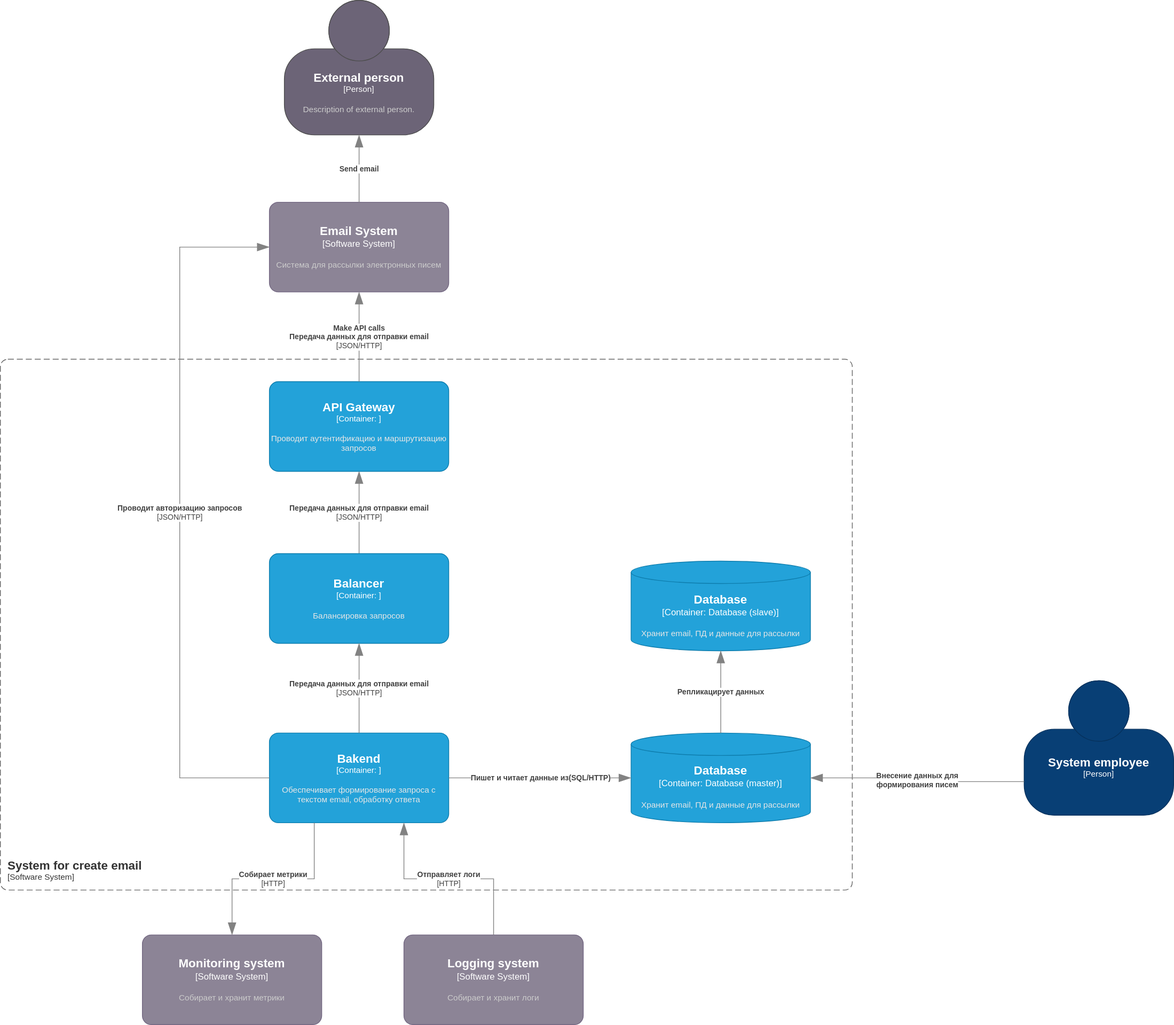
The draw.io diagram Container_diagram_Task3drawio.svg in NikpeFreiheit/Analyst_test_GV, before a commit. Source tidied: cells renumbered, new cells last; positions are measured from the earlier drawing's top-left corner, leaving out a move shared by most shapes.
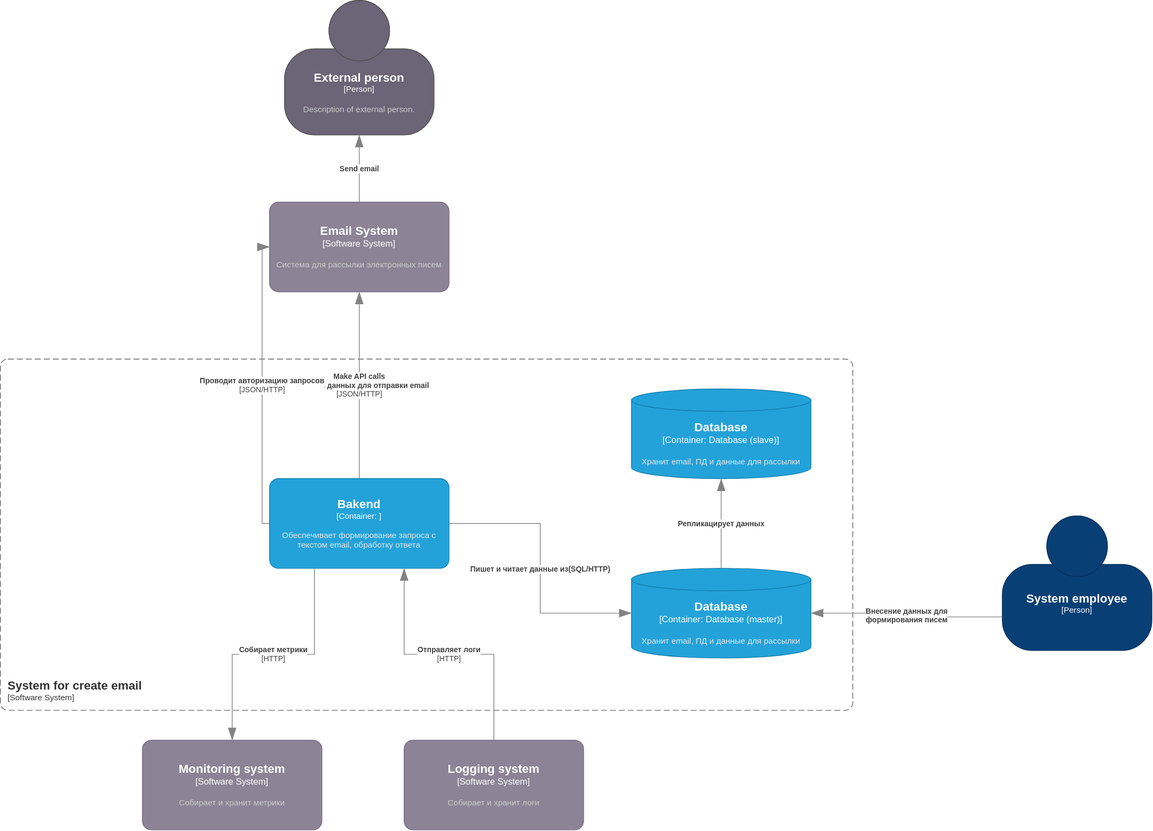
The same diagram one commit later.

Commit message:
Обновление диаграммы SVG для Task3

Diff of the diagram source:
```diff
@@ -4,12 +4,12 @@
     <mxCell id="1" parent="0" />
     <object id="2" label="&lt;font style=&quot;font-size: 16px&quot;&gt;&lt;b&gt;%c4Name%&lt;/b&gt;&lt;/font&gt;&lt;div&gt;[%c4Type%]&lt;/div&gt;&lt;br&gt;&lt;div&gt;&lt;font style=&quot;font-size: 11px&quot;&gt;&lt;font color=&quot;#cccccc&quot;&gt;%c4Description%&lt;/font&gt;&lt;/div&gt;" c4Description="Система для рассылки электронных писем" c4Name="Email System" c4Type="Software System" placeholders="1">
       <mxCell style="rounded=1;whiteSpace=wrap;html=1;labelBackgroundColor=none;fillColor=#8C8496;fontColor=#ffffff;align=center;arcSize=10;strokeColor=#736782;points=[[0.25,0,0],[0.5,0,0],[0.75,0,0],[1,0.25,0],[1,0.5,0],[1,0.75,0],[0.75,1,0],[0.5,1,0],[0.25,1,0],[0,0.75,0],[0,0.5,0],[0,0.25,0]];" parent="1" vertex="1">
-        <mxGeometry x="360" y="270" width="240" height="120" as="geometry" />
+        <mxGeometry x="70" y="-660" width="240" height="120" as="geometry" />
       </mxCell>
     </object>
     <object id="3" label="&lt;font style=&quot;font-size: 16px&quot;&gt;&lt;b&gt;%c4Name%&lt;/b&gt;&lt;/font&gt;&lt;div&gt;[%c4Type%]&lt;/div&gt;&lt;br&gt;&lt;div&gt;&lt;font style=&quot;font-size: 11px&quot;&gt;&lt;font color=&quot;#cccccc&quot;&gt;%c4Description%&lt;/font&gt;&lt;/div&gt;" c4Description="Description of external person." c4Name="External person" c4Type="Person" placeholders="1">
       <mxCell style="html=1;fontSize=11;dashed=0;whiteSpace=wrap;fillColor=#6C6477;strokeColor=#4D4D4D;fontColor=#ffffff;shape=mxgraph.c4.person2;align=center;points=[[0.5,0,0],[1,0.5,0],[1,0.75,0],[0.75,1,0],[0.5,1,0],[0.25,1,0],[0,0.75,0],[0,0.5,0]];" parent="1" vertex="1">
-        <mxGeometry x="380" width="200" height="180" as="geometry" />
+        <mxGeometry x="90" y="-930" width="200" height="180" as="geometry" />
       </mxCell>
     </object>
     <object id="4" label="&lt;div style=&quot;text-align: left&quot;&gt;&lt;div style=&quot;text-align: center&quot;&gt;&lt;b&gt;%c4Description%&lt;/b&gt;&lt;/div&gt;" c4Description="Send email" c4Type="Relationship" placeholders="1">
@@ -17,24 +17,19 @@
         <mxGeometry relative="1" as="geometry" />
       </mxCell>
     </object>
-    <object id="5" label="&lt;div style=&quot;text-align: left&quot;&gt;&lt;div style=&quot;text-align: center&quot;&gt;&lt;b&gt;%c4Description%&lt;/b&gt;&lt;/div&gt;&lt;div style=&quot;text-align: center&quot;&gt;[%c4Technology%]&lt;/div&gt;&lt;/div&gt;" c4Description="Передача данных для отправки email" c4Technology="JSON/HTTP" c4Type="Relationship" placeholders="1">
-      <mxCell style="endArrow=blockThin;html=1;fontSize=10;fontColor=#404040;strokeWidth=1;endFill=1;strokeColor=#828282;elbow=vertical;endSize=14;startSize=14;jumpStyle=arc;jumpSize=16;rounded=0;edgeStyle=orthogonalEdgeStyle;entryX=0.5;entryY=1;entryDx=0;entryDy=0;entryPerimeter=0;exitX=0.5;exitY=0;exitDx=0;exitDy=0;exitPerimeter=0;" parent="1" edge="1" source="14" target="10">
-        <mxGeometry relative="1" as="geometry" />
-      </mxCell>
-    </object>
     <object id="6" label="&lt;font style=&quot;font-size: 16px&quot;&gt;&lt;b&gt;&lt;div style=&quot;text-align: left&quot;&gt;%c4Name%&lt;/div&gt;&lt;/b&gt;&lt;/font&gt;&lt;div style=&quot;text-align: left&quot;&gt;[%c4Application%]&lt;/div&gt;" c4Application="Software System" c4Name="System for create email" c4Type="SystemScopeBoundary" placeholders="1">
       <mxCell style="rounded=1;fontSize=11;whiteSpace=wrap;html=1;dashed=1;arcSize=20;fillColor=none;strokeColor=#666666;fontColor=#333333;labelBackgroundColor=none;align=left;verticalAlign=bottom;labelBorderColor=none;spacingTop=0;spacing=10;dashPattern=8 4;perimeter=rectanglePerimeter;noLabel=0;labelPadding=0;absoluteArcSize=1;" parent="1" vertex="1">
-        <mxGeometry y="480" width="1140" height="710" as="geometry" />
+        <mxGeometry x="-290" y="-450" width="1140" height="470" as="geometry" />
       </mxCell>
     </object>
     <object id="7" label="&lt;font style=&quot;font-size: 16px&quot;&gt;&lt;b&gt;%c4Name%&lt;/b&gt;&lt;/font&gt;&lt;div&gt;[%c4Type%: %c4Technology%]&lt;/div&gt;&lt;br&gt;&lt;div&gt;&lt;font style=&quot;font-size: 11px&quot;&gt;&lt;font color=&quot;#E6E6E6&quot;&gt;%c4Description%&lt;/font&gt;&lt;/div&gt;" c4Description="Обеспечивает формирование запроса с текстом email, обработку ответа" c4Name="Bakend" c4Technology="" c4Type="Container" placeholders="1">
       <mxCell style="rounded=1;whiteSpace=wrap;html=1;fontSize=11;labelBackgroundColor=none;fillColor=#23A2D9;fontColor=#ffffff;align=center;arcSize=10;strokeColor=#0E7DAD;points=[[0.25,0,0],[0.5,0,0],[0.75,0,0],[1,0.25,0],[1,0.5,0],[1,0.75,0],[0.75,1,0],[0.5,1,0],[0.25,1,0],[0,0.75,0],[0,0.5,0],[0,0.25,0]];" parent="1" vertex="1">
-        <mxGeometry x="360" y="980" width="240" height="120" as="geometry" />
+        <mxGeometry x="70" y="-290" width="240" height="120" as="geometry" />
       </mxCell>
     </object>
     <object id="8" label="&lt;font style=&quot;font-size: 16px&quot;&gt;&lt;b&gt;%c4Type%&lt;/b&gt;&lt;/font&gt;&lt;div&gt;[%c4Container%:&amp;nbsp;%c4Technology%]&lt;/div&gt;&lt;br&gt;&lt;div&gt;&lt;font style=&quot;font-size: 11px&quot;&gt;&lt;font color=&quot;#E6E6E6&quot;&gt;%c4Description%&lt;/font&gt;&lt;/div&gt;" c4Container="Container" c4Description="Хранит email, ПД и данные для рассылки" c4Technology="Database (master)" c4Type="Database" placeholders="1">
       <mxCell style="shape=cylinder3;size=15;whiteSpace=wrap;html=1;boundedLbl=1;rounded=0;labelBackgroundColor=none;fillColor=#23A2D9;fontSize=12;fontColor=#ffffff;align=center;strokeColor=#0E7DAD;points=[[0.5,0,0],[1,0.25,0],[1,0.5,0],[1,0.75,0],[0.5,1,0],[0,0.75,0],[0,0.5,0],[0,0.25,0]];" parent="1" vertex="1">
-        <mxGeometry x="844" y="980" width="240" height="120" as="geometry" />
+        <mxGeometry x="554" y="-170" width="240" height="120" as="geometry" />
       </mxCell>
     </object>
     <object id="9" label="&lt;div style=&quot;text-align: left&quot;&gt;&lt;div style=&quot;text-align: center&quot;&gt;&lt;b&gt;%c4Description%&lt;/b&gt;&lt;/div&gt;" c4Description="Пишет и читает данные из(SQL/HTTP)" c4Type="Relationship" placeholders="1">
@@ -42,36 +37,21 @@
         <mxGeometry relative="1" as="geometry" />
       </mxCell>
     </object>
-    <object id="10" label="&lt;font style=&quot;font-size: 16px&quot;&gt;&lt;b&gt;%c4Name%&lt;/b&gt;&lt;/font&gt;&lt;div&gt;[%c4Type%: %c4Technology%]&lt;/div&gt;&lt;br&gt;&lt;div&gt;&lt;font style=&quot;font-size: 11px&quot;&gt;&lt;font color=&quot;#E6E6E6&quot;&gt;%c4Description%&lt;/font&gt;&lt;/div&gt;" c4Description="Проводит аутентификацию и маршрутизацию запросов" c4Name="API Gateway" c4Technology="" c4Type="Container" placeholders="1">
-      <mxCell style="rounded=1;whiteSpace=wrap;html=1;fontSize=11;labelBackgroundColor=none;fillColor=#23A2D9;fontColor=#ffffff;align=center;arcSize=10;strokeColor=#0E7DAD;points=[[0.25,0,0],[0.5,0,0],[0.75,0,0],[1,0.25,0],[1,0.5,0],[1,0.75,0],[0.75,1,0],[0.5,1,0],[0.25,1,0],[0,0.75,0],[0,0.5,0],[0,0.25,0]];" parent="1" vertex="1">
-        <mxGeometry x="360" y="510" width="240" height="120" as="geometry" />
-      </mxCell>
-    </object>
     <object id="11" label="&lt;div style=&quot;text-align: left&quot;&gt;&lt;div style=&quot;text-align: center&quot;&gt;&lt;b&gt;%c4Description%&lt;/b&gt;&lt;/div&gt;&lt;div style=&quot;text-align: center&quot;&gt;[%c4Technology%]&lt;/div&gt;&lt;/div&gt;" c4Description="Make API calls&#10;Передача данных для отправки email" c4Technology="JSON/HTTP" c4Type="Relationship" placeholders="1">
-      <mxCell style="endArrow=blockThin;html=1;fontSize=10;fontColor=#404040;strokeWidth=1;endFill=1;strokeColor=#828282;elbow=vertical;endSize=14;startSize=14;jumpStyle=arc;jumpSize=16;rounded=0;edgeStyle=orthogonalEdgeStyle;entryX=0.5;entryY=1;entryDx=0;entryDy=0;entryPerimeter=0;exitX=0.5;exitY=0;exitDx=0;exitDy=0;exitPerimeter=0;" parent="1" edge="1" source="10" target="2">
+      <mxCell style="endArrow=blockThin;html=1;fontSize=10;fontColor=#404040;strokeWidth=1;endFill=1;strokeColor=#828282;elbow=vertical;endSize=14;startSize=14;jumpStyle=arc;jumpSize=16;rounded=0;edgeStyle=orthogonalEdgeStyle;entryX=0.5;entryY=1;entryDx=0;entryDy=0;entryPerimeter=0;exitX=0.5;exitY=0;exitDx=0;exitDy=0;exitPerimeter=0;" parent="1" edge="1" source="7" target="2">
         <mxGeometry relative="1" as="geometry" />
       </mxCell>
     </object>
     <object id="12" label="&lt;font style=&quot;font-size: 16px&quot;&gt;&lt;b&gt;%c4Name%&lt;/b&gt;&lt;/font&gt;&lt;div&gt;[%c4Type%]&lt;/div&gt;&lt;br&gt;&lt;div&gt;&lt;font style=&quot;font-size: 11px&quot;&gt;&lt;font color=&quot;#cccccc&quot;&gt;%c4Description%&lt;/font&gt;&lt;/div&gt;" c4Description="Собирает и хранит логи" c4Name="Logging system" c4Type="Software System" placeholders="1">
       <mxCell style="rounded=1;whiteSpace=wrap;html=1;labelBackgroundColor=none;fillColor=#8C8496;fontColor=#ffffff;align=center;arcSize=10;strokeColor=#736782;points=[[0.25,0,0],[0.5,0,0],[0.75,0,0],[1,0.25,0],[1,0.5,0],[1,0.75,0],[0.75,1,0],[0.5,1,0],[0.25,1,0],[0,0.75,0],[0,0.5,0],[0,0.25,0]];" parent="1" vertex="1">
-        <mxGeometry x="540" y="1250" width="240" height="120" as="geometry" />
+        <mxGeometry x="250" y="60" width="240" height="120" as="geometry" />
       </mxCell>
     </object>
     <object id="13" label="&lt;font style=&quot;font-size: 16px&quot;&gt;&lt;b&gt;%c4Name%&lt;/b&gt;&lt;/font&gt;&lt;div&gt;[%c4Type%]&lt;/div&gt;&lt;br&gt;&lt;div&gt;&lt;font style=&quot;font-size: 11px&quot;&gt;&lt;font color=&quot;#cccccc&quot;&gt;%c4Description%&lt;/font&gt;&lt;/div&gt;" c4Description="" c4Name="System employee" c4Type="Person" placeholders="1">
       <mxCell style="html=1;fontSize=11;dashed=0;whiteSpace=wrap;fillColor=#083F75;strokeColor=#06315C;fontColor=#ffffff;shape=mxgraph.c4.person2;align=center;points=[[0.5,0,0],[1,0.5,0],[1,0.75,0],[0.75,1,0],[0.5,1,0],[0.25,1,0],[0,0.75,0],[0,0.5,0]];" parent="1" vertex="1">
-        <mxGeometry x="1370" y="910" width="200" height="180" as="geometry" />
+        <mxGeometry x="1050" y="-240" width="200" height="180" as="geometry" />
       </mxCell>
     </object>
-    <object id="14" label="&lt;font style=&quot;font-size: 16px&quot;&gt;&lt;b&gt;%c4Name%&lt;/b&gt;&lt;/font&gt;&lt;div&gt;[%c4Type%: %c4Technology%]&lt;/div&gt;&lt;br&gt;&lt;div&gt;&lt;font style=&quot;font-size: 11px&quot;&gt;&lt;font color=&quot;#E6E6E6&quot;&gt;%c4Description%&lt;/font&gt;&lt;/div&gt;" c4Description="Балансировка запросов" c4Name="Balancer" c4Technology="" c4Type="Container" placeholders="1">
-      <mxCell style="rounded=1;whiteSpace=wrap;html=1;fontSize=11;labelBackgroundColor=none;fillColor=#23A2D9;fontColor=#ffffff;align=center;arcSize=10;strokeColor=#0E7DAD;points=[[0.25,0,0],[0.5,0,0],[0.75,0,0],[1,0.25,0],[1,0.5,0],[1,0.75,0],[0.75,1,0],[0.5,1,0],[0.25,1,0],[0,0.75,0],[0,0.5,0],[0,0.25,0]];" parent="1" vertex="1">
-        <mxGeometry x="360" y="740" width="240" height="120" as="geometry" />
-      </mxCell>
-    </object>
-    <object id="15" label="&lt;div style=&quot;text-align: left&quot;&gt;&lt;div style=&quot;text-align: center&quot;&gt;&lt;b&gt;%c4Description%&lt;/b&gt;&lt;/div&gt;&lt;div style=&quot;text-align: center&quot;&gt;[%c4Technology%]&lt;/div&gt;&lt;/div&gt;" c4Description="Передача данных для отправки email" c4Technology="JSON/HTTP" c4Type="Relationship" placeholders="1">
-      <mxCell style="endArrow=blockThin;html=1;fontSize=10;fontColor=#404040;strokeWidth=1;endFill=1;strokeColor=#828282;elbow=vertical;endSize=14;startSize=14;jumpStyle=arc;jumpSize=16;rounded=0;edgeStyle=orthogonalEdgeStyle;entryX=0.5;entryY=1;entryDx=0;entryDy=0;entryPerimeter=0;exitX=0.5;exitY=0;exitDx=0;exitDy=0;exitPerimeter=0;" parent="1" edge="1" source="7" target="14">
-        <mxGeometry relative="1" as="geometry" />
-      </mxCell>
-    </object>
     <object id="16" label="&lt;div style=&quot;text-align: left&quot;&gt;&lt;div style=&quot;text-align: center&quot;&gt;&lt;b&gt;%c4Description%&lt;/b&gt;&lt;/div&gt;" c4Description="Внесение данных для &#10;формирования писем" c4Type="Relationship" placeholders="1">
       <mxCell style="endArrow=blockThin;html=1;fontSize=10;fontColor=#404040;strokeWidth=1;endFill=1;strokeColor=#828282;elbow=vertical;endSize=14;startSize=14;jumpStyle=arc;jumpSize=16;rounded=0;edgeStyle=orthogonalEdgeStyle;exitX=0;exitY=0.75;exitDx=0;exitDy=0;exitPerimeter=0;entryX=1;entryY=0.5;entryDx=0;entryDy=0;entryPerimeter=0;" parent="1" edge="1" source="13" target="8">
         <mxGeometry relative="1" as="geometry" />
@@ -79,7 +59,7 @@
     </object>
     <object id="17" label="&lt;font style=&quot;font-size: 16px&quot;&gt;&lt;b&gt;%c4Type%&lt;/b&gt;&lt;/font&gt;&lt;div&gt;[%c4Container%:&amp;nbsp;%c4Technology%]&lt;/div&gt;&lt;br&gt;&lt;div&gt;&lt;font style=&quot;font-size: 11px&quot;&gt;&lt;font color=&quot;#E6E6E6&quot;&gt;%c4Description%&lt;/font&gt;&lt;/div&gt;" c4Container="Container" c4Description="Хранит email, ПД и данные для рассылки" c4Technology="Database (slave)" c4Type="Database" placeholders="1">
       <mxCell style="shape=cylinder3;size=15;whiteSpace=wrap;html=1;boundedLbl=1;rounded=0;labelBackgroundColor=none;fillColor=#23A2D9;fontSize=12;fontColor=#ffffff;align=center;strokeColor=#0E7DAD;points=[[0.5,0,0],[1,0.25,0],[1,0.5,0],[1,0.75,0],[0.5,1,0],[0,0.75,0],[0,0.5,0],[0,0.25,0]];" parent="1" vertex="1">
-        <mxGeometry x="844" y="750" width="240" height="120" as="geometry" />
+        <mxGeometry x="554" y="-410" width="240" height="120" as="geometry" />
       </mxCell>
     </object>
     <object id="18" label="&lt;div style=&quot;text-align: left&quot;&gt;&lt;div style=&quot;text-align: center&quot;&gt;&lt;b&gt;%c4Description%&lt;/b&gt;&lt;/div&gt;" c4Description="Репликацирует данных" c4Type="Relationship" placeholders="1">
@@ -89,17 +69,12 @@
     </object>
     <object id="19" label="&lt;div style=&quot;text-align: left&quot;&gt;&lt;div style=&quot;text-align: center&quot;&gt;&lt;b&gt;%c4Description%&lt;/b&gt;&lt;/div&gt;&lt;div style=&quot;text-align: center&quot;&gt;[%c4Technology%]&lt;/div&gt;&lt;/div&gt;" c4Description="Проводит авторизацию запросов" c4Technology="JSON/HTTP" c4Type="Relationship" placeholders="1">
       <mxCell style="endArrow=blockThin;html=1;fontSize=10;fontColor=#404040;strokeWidth=1;endFill=1;strokeColor=#828282;elbow=vertical;endSize=14;startSize=14;jumpStyle=arc;jumpSize=16;rounded=0;edgeStyle=orthogonalEdgeStyle;exitX=0;exitY=0.5;exitDx=0;exitDy=0;exitPerimeter=0;entryX=0;entryY=0.5;entryDx=0;entryDy=0;entryPerimeter=0;" parent="1" edge="1" source="7" target="2">
-        <mxGeometry relative="1" as="geometry">
-          <Array as="points">
-            <mxPoint x="240" y="1040" />
-            <mxPoint x="240" y="330" />
-          </Array>
-        </mxGeometry>
+        <mxGeometry relative="1" as="geometry" />
       </mxCell>
     </object>
     <object id="20" label="&lt;font style=&quot;font-size: 16px&quot;&gt;&lt;b&gt;%c4Name%&lt;/b&gt;&lt;/font&gt;&lt;div&gt;[%c4Type%]&lt;/div&gt;&lt;br&gt;&lt;div&gt;&lt;font style=&quot;font-size: 11px&quot;&gt;&lt;font color=&quot;#cccccc&quot;&gt;%c4Description%&lt;/font&gt;&lt;/div&gt;" c4Description="Собирает и хранит метрики" c4Name="Monitoring system" c4Type="Software System" placeholders="1">
       <mxCell style="rounded=1;whiteSpace=wrap;html=1;labelBackgroundColor=none;fillColor=#8C8496;fontColor=#ffffff;align=center;arcSize=10;strokeColor=#736782;points=[[0.25,0,0],[0.5,0,0],[0.75,0,0],[1,0.25,0],[1,0.5,0],[1,0.75,0],[0.75,1,0],[0.5,1,0],[0.25,1,0],[0,0.75,0],[0,0.5,0],[0,0.25,0]];" parent="1" vertex="1">
-        <mxGeometry x="190" y="1250" width="240" height="120" as="geometry" />
+        <mxGeometry x="-100" y="60" width="240" height="120" as="geometry" />
       </mxCell>
     </object>
     <object id="21" label="&lt;div style=&quot;text-align: left&quot;&gt;&lt;div style=&quot;text-align: center&quot;&gt;&lt;b&gt;%c4Description%&lt;/b&gt;&lt;/div&gt;&lt;div style=&quot;text-align: center&quot;&gt;[%c4Technology%]&lt;/div&gt;&lt;/div&gt;" c4Description="Отправляет логи" c4Technology="HTTP" c4Type="Relationship" placeholders="1">
```
